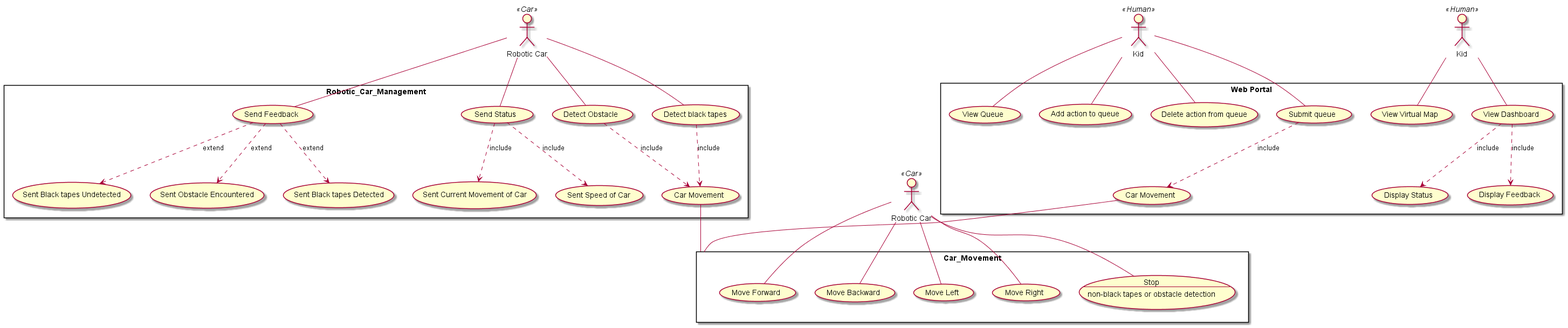
Earlier version of the PlantUML export Project Use-Case-Diagram copy.png (DanielFYJ/2101-2201-Project). The source it was exported from:
```plantuml
@startuml
actor "Kid" as kid1<< Human>>
actor "Kid" as kid2<< Human>>
actor "Robotic Car" as Car << Car>>
actor "Robotic Car" as Car2 << Car>>

rectangle "Web Portal" {
    usecase "Display Feedback" as UC2
    usecase "View Virtual Map" as UC3
    usecase "View Dashboard" as UC4
    usecase "Display Status" as UC23
    usecase "View Queue" as UC5
    usecase "Add action to queue" as UC8
    usecase "Delete action from queue" as UC9
    usecase "Submit queue" as UC10
    usecase "Car Movement" as CM1
}

rectangle "Robotic_Car_Management" {
    usecase "Detect Obstacle" as UC16
    usecase "Detect black tapes" as UC20
    usecase "Send Feedback" as UC22
    usecase "Send Status" as UC24
    usecase "Sent Speed of Car" as UC25
    usecase "Sent Current Movement of Car" as UC26
    usecase "Sent Obstacle Encountered" as UC27
    usecase "Sent Black tapes Detected" as UC28
    usecase "Sent Black tapes Undetected" as UC29
    usecase "Car Movement" as CM2
}

rectangle "Car_Movement" {
    usecase "Move Forward" as UC12
    usecase "Move Backward" as UC13
    usecase "Move Left" as UC14
    usecase "Move Right" as UC15
    usecase UC19 as "
    Stop
    --
    non-black tapes or obstacle detection"
}

    CM1 -- Car_Movement
    CM2 -- Car_Movement

    kid1 -- UC4
    kid1 -- UC3

    kid2 -- UC5
    kid2 -- UC8
    kid2 -- UC9
    kid2 -- UC10

    Car -- UC16
    Car -- UC20
    Car -- UC22
    Car -- UC24

    Car2 -- UC12
    Car2 -- UC13
    Car2 -- UC14
    Car2 -- UC15
    Car2 -- UC19

    UC16 ..> CM2 : include
    UC20 ..> CM2 : include
    UC10 ..> CM1 : include

    UC4 ..> UC2 : include
    UC4 ..> UC23 : include

    UC24 ..> UC25 : include
    UC24 ..> UC26 : include
    UC22 ..> UC27 : extend
    UC22 ..> UC28 : extend
    UC22 ..> UC29 : extend


@enduml
```
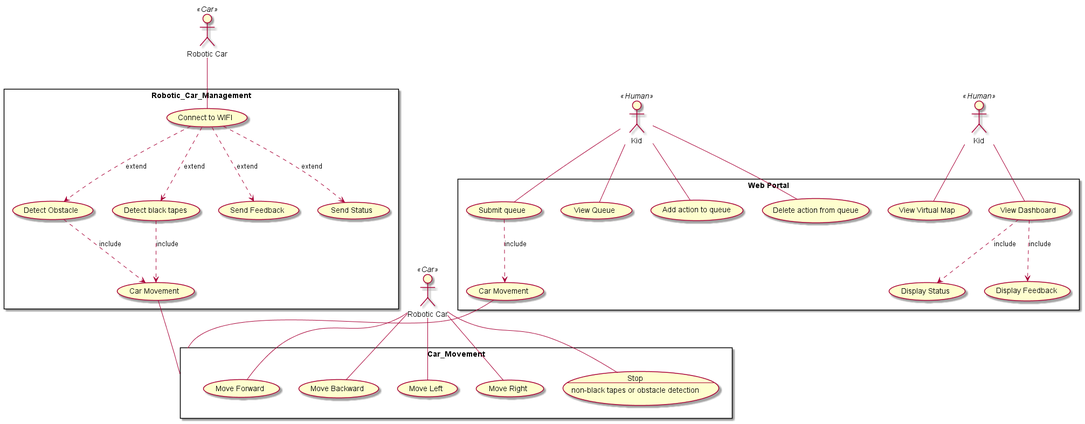
The same diagram one commit later.

Change to the diagram source:
```diff
@@ -17,15 +17,11 @@
 }
 
 rectangle "Robotic_Car_Management" {
+    usecase "Connect to WIFI" as CW
     usecase "Detect Obstacle" as UC16
     usecase "Detect black tapes" as UC20
     usecase "Send Feedback" as UC22
     usecase "Send Status" as UC24
-    usecase "Sent Speed of Car" as UC25
-    usecase "Sent Current Movement of Car" as UC26
-    usecase "Sent Obstacle Encountered" as UC27
-    usecase "Sent Black tapes Detected" as UC28
-    usecase "Sent Black tapes Undetected" as UC29
     usecase "Car Movement" as CM2
 }
 
@@ -51,10 +47,11 @@
     kid2 -- UC9
     kid2 -- UC10
 
-    Car -- UC16
-    Car -- UC20
-    Car -- UC22
-    Car -- UC24
+    Car -- CW
+    CW ..> UC16 : extend
+    CW ..> UC20 : extend
+    CW ..> UC22 : extend
+    CW ..> UC24 : extend
 
     Car2 -- UC12
     Car2 -- UC13
@@ -69,11 +66,6 @@
     UC4 ..> UC2 : include
     UC4 ..> UC23 : include
 
-    UC24 ..> UC25 : include
-    UC24 ..> UC26 : include
-    UC22 ..> UC27 : extend
-    UC22 ..> UC28 : extend
-    UC22 ..> UC29 : extend
 
 
 @enduml
```
